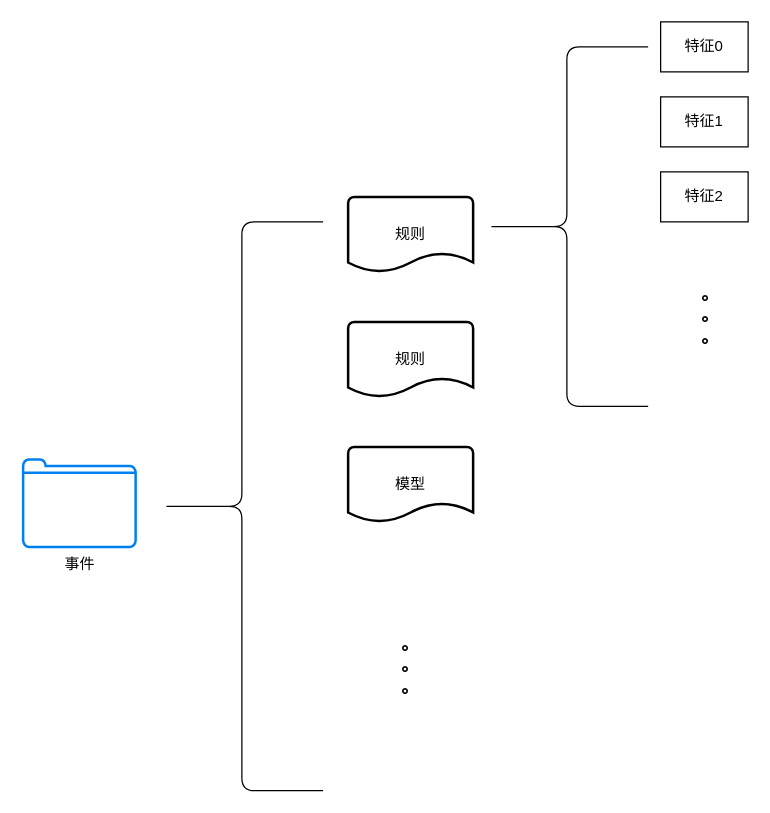
Above: event_structure.drawio in learn2Pro/draw_io_save (draw.io), before the change. Source tidied: cells renumbered, new cells numbered last; positions are measured from the earlier drawing's top-left corner, leaving out a move shared by most shapes. Both pictures are drawn from the tidied source at 125%, with x=0, y=0 at pixel (22, 21).
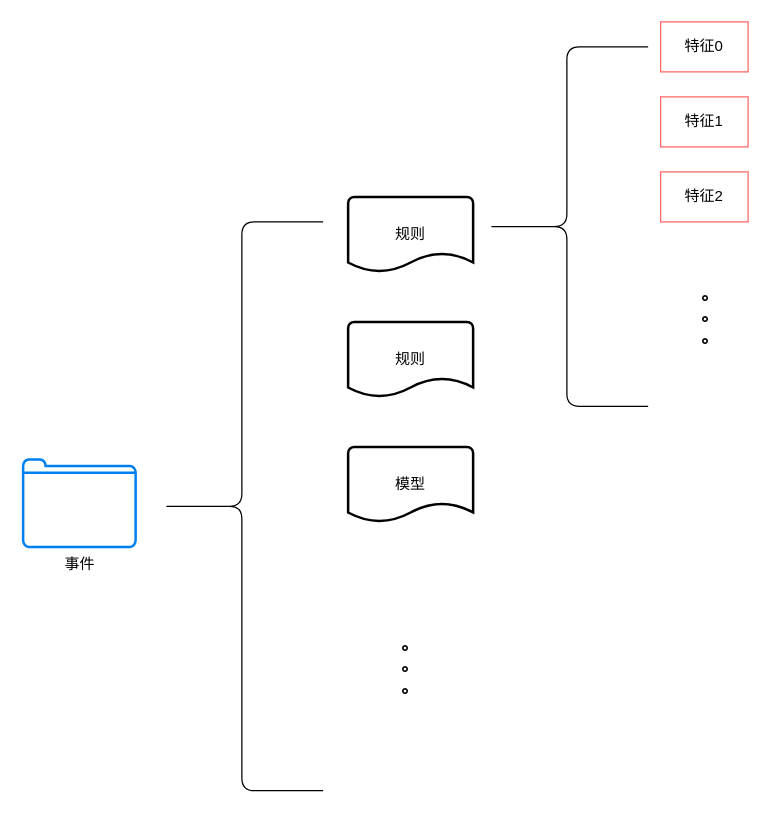
Above is the later version.

Change to the diagram source:
```diff
@@
 <mxGraphModel>
   <root>
     <mxCell id="0" />
     <mxCell id="1" parent="0" />
     <mxCell id="2" value="事件" style="html=1;verticalLabelPosition=bottom;align=center;labelBackgroundColor=#ffffff;verticalAlign=top;strokeWidth=2;strokeColor=#0080F0;shadow=0;dashed=0;shape=mxgraph.ios7.icons.folder;" parent="1" vertex="1">
       <mxGeometry y="350" width="90" height="70" as="geometry" />
     </mxCell>
     <mxCell id="3" style="shape=curlyBracket;whiteSpace=wrap;html=1;rounded=1;" parent="1" vertex="1">
       <mxGeometry x="110" y="160" width="130" height="455" as="geometry" />
     </mxCell>
     <mxCell id="4" value="规则" style="strokeWidth=2;html=1;shape=mxgraph.flowchart.document2;whiteSpace=wrap;size=0.25;" parent="1" vertex="1">
       <mxGeometry x="260" y="140" width="100" height="60" as="geometry" />
     </mxCell>
     <mxCell id="5" value="规则" style="strokeWidth=2;html=1;shape=mxgraph.flowchart.document2;whiteSpace=wrap;size=0.25;" parent="1" vertex="1">
       <mxGeometry x="260" y="240" width="100" height="60" as="geometry" />
     </mxCell>
     <mxCell id="6" value="模型" style="strokeWidth=2;html=1;shape=mxgraph.flowchart.document2;whiteSpace=wrap;size=0.25;" parent="1" vertex="1">
       <mxGeometry x="260" y="340" width="100" height="60" as="geometry" />
     </mxCell>
     <mxCell id="7" style="shape=curlyBracket;whiteSpace=wrap;html=1;rounded=1;" parent="1" vertex="1">
       <mxGeometry x="370" y="20" width="130" height="287.5" as="geometry" />
     </mxCell>
-    <mxCell id="8" value="特征0" style="rounded=0;whiteSpace=wrap;html=1;" parent="1" vertex="1">
+    <mxCell id="8" value="特征0" style="rounded=0;whiteSpace=wrap;html=1;strokeColor=#FF6666;" parent="1" vertex="1">
       <mxGeometry x="510" width="70" height="40" as="geometry" />
     </mxCell>
-    <mxCell id="9" value="特征1" style="rounded=0;whiteSpace=wrap;html=1;" parent="1" vertex="1">
+    <mxCell id="9" value="特征1" style="rounded=0;whiteSpace=wrap;html=1;strokeColor=#FF6666;" parent="1" vertex="1">
       <mxGeometry x="510" y="60" width="70" height="40" as="geometry" />
     </mxCell>
-    <mxCell id="10" value="特征2" style="rounded=0;whiteSpace=wrap;html=1;" parent="1" vertex="1">
+    <mxCell id="10" value="特征2" style="rounded=0;whiteSpace=wrap;html=1;strokeColor=#FF6666;" parent="1" vertex="1">
       <mxGeometry x="510" y="120" width="70" height="40" as="geometry" />
     </mxCell>
     <mxCell id="11" value="&lt;b&gt;&lt;font style=&quot;font-size: 14px&quot;&gt;。&lt;br&gt;。&lt;br&gt;。&lt;/font&gt;&lt;/b&gt;" style="text;html=1;strokeColor=none;fillColor=none;align=center;verticalAlign=middle;whiteSpace=wrap;rounded=0;" parent="1" vertex="1">
       <mxGeometry x="530" y="180" width="40" height="110" as="geometry" />
     </mxCell>
     <mxCell id="12" value="&lt;b&gt;&lt;font style=&quot;font-size: 14px&quot;&gt;。&lt;br&gt;。&lt;br&gt;。&lt;/font&gt;&lt;/b&gt;" style="text;html=1;strokeColor=none;fillColor=none;align=center;verticalAlign=middle;whiteSpace=wrap;rounded=0;" parent="1" vertex="1">
       <mxGeometry x="290" y="460" width="40" height="110" as="geometry" />
     </mxCell>
   </root>
 </mxGraphModel>
```
